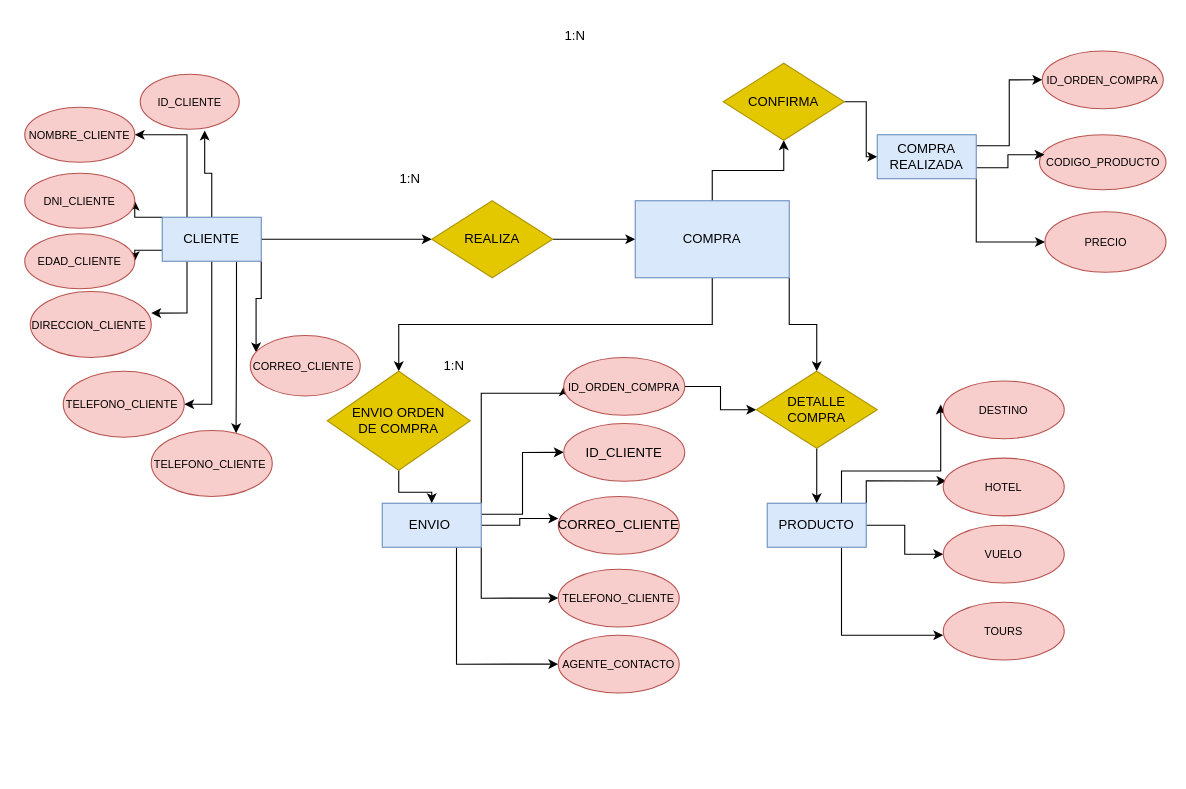
Earlier version of the draw.io diagram Diagrama sin título.drawio (sebascardozo/sqlCoderhouse). Source tidied: cells renumbered, new cells numbered last; positions are measured from the earlier drawing's top-left corner, leaving out a move shared by most shapes. Both pictures are drawn from the tidied source at 110%, with x=0, y=0 at pixel (24, 19).
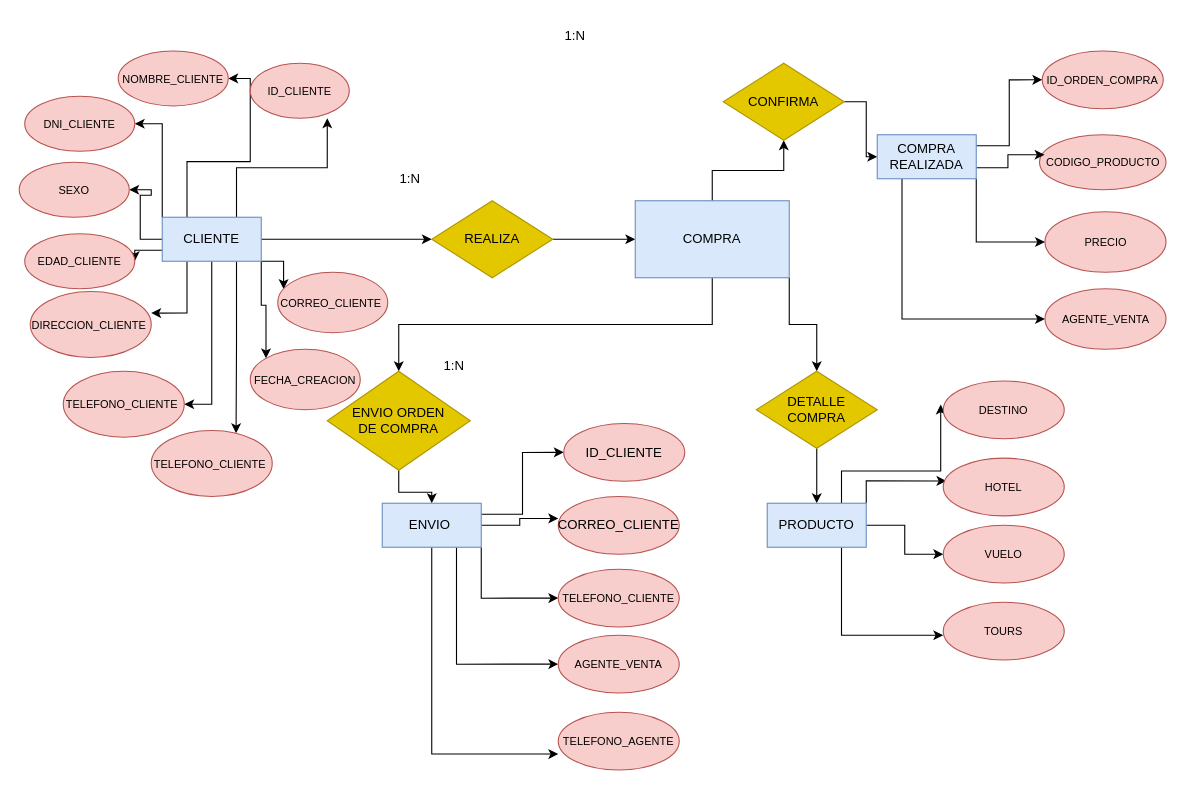
The same page after the edit.

Unchanged cells that the change refers to:
```xml
<mxCell id="11" value="CLIENTE" style="rounded=0;whiteSpace=wrap;html=1;fillColor=#dae8fc;strokeColor=#6c8ebf;" parent="1" vertex="1">
  <mxGeometry x="125" y="180" width="90" height="40" as="geometry" />
</mxCell>
<mxCell id="32" value="COMPRA&lt;br&gt;REALIZADA" style="rounded=0;whiteSpace=wrap;html=1;fillColor=#dae8fc;strokeColor=#6c8ebf;" parent="1" vertex="1">
  <mxGeometry x="775" y="105" width="90" height="40" as="geometry" />
</mxCell>
<mxCell id="40" value="ENVIO&amp;nbsp;" style="rounded=0;whiteSpace=wrap;html=1;fillColor=#dae8fc;strokeColor=#6c8ebf;" parent="1" vertex="1">
  <mxGeometry x="325" y="440" width="90" height="40" as="geometry" />
</mxCell>
<mxCell id="50" value="DETALLE&lt;br&gt;COMPRA" style="rhombus;whiteSpace=wrap;html=1;fillColor=#e3c800;strokeColor=#B09500;fontColor=#000000;" parent="1" vertex="1">
  <mxGeometry x="665" y="320" width="110" height="70" as="geometry" />
</mxCell>
```

Diff of the diagram source:
```diff
@@
-    <mxCell id="4" style="edgeStyle=orthogonalEdgeStyle;rounded=0;jettySize=auto;html=1;exitX=0.5;exitY=0;exitDx=0;exitDy=0;entryX=0.651;entryY=1.023;entryDx=0;entryDy=0;entryPerimeter=0;" parent="1" edge="1" source="11" target="14">
-      <mxGeometry relative="1" as="geometry" />
-    </mxCell>
@@
+    <mxCell id="64" style="edgeStyle=orthogonalEdgeStyle;rounded=0;jettySize=auto;html=1;exitX=1;exitY=1;exitDx=0;exitDy=0;entryX=0;entryY=0;entryDx=0;entryDy=0;" parent="1" edge="1" source="11" target="68">
+      <mxGeometry relative="1" as="geometry" />
+    </mxCell>
+    <mxCell id="4" style="edgeStyle=orthogonalEdgeStyle;rounded=0;jettySize=auto;html=1;exitX=0.75;exitY=0;exitDx=0;exitDy=0;entryX=0.778;entryY=1;entryDx=0;entryDy=0;entryPerimeter=0;" parent="1" edge="1" source="11" target="14">
+      <mxGeometry relative="1" as="geometry" />
+    </mxCell>
+    <mxCell id="65" style="edgeStyle=orthogonalEdgeStyle;rounded=0;jettySize=auto;html=1;exitX=0;exitY=0.5;exitDx=0;exitDy=0;entryX=1;entryY=0.5;entryDx=0;entryDy=0;" parent="1" edge="1" source="11" target="69">
+      <mxGeometry relative="1" as="geometry" />
+    </mxCell>
@@
     <mxCell id="14" value="&lt;font style=&quot;font-size: 10px;&quot;&gt;ID_CLIENTE&lt;/font&gt;" style="ellipse;whiteSpace=wrap;html=1;fillColor=#f8cecc;strokeColor=#b85450;" parent="1" vertex="1">
-      <mxGeometry x="105" y="50" width="90" height="50" as="geometry" />
+      <mxGeometry x="205" y="40" width="90" height="50" as="geometry" />
     </mxCell>
     <mxCell id="15" value="&lt;font style=&quot;font-size: 10px;&quot;&gt;NOMBRE_CLIENTE&lt;/font&gt;" style="ellipse;whiteSpace=wrap;html=1;fillColor=#f8cecc;strokeColor=#b85450;" parent="1" vertex="1">
-      <mxGeometry y="80" width="100" height="50" as="geometry" />
+      <mxGeometry x="85" y="28.8" width="100" height="50" as="geometry" />
     </mxCell>
@@
     <mxCell id="17" value="&lt;font style=&quot;font-size: 10px;&quot;&gt;CORREO_CLIENTE&amp;nbsp;&lt;/font&gt;" style="ellipse;whiteSpace=wrap;html=1;fillColor=#f8cecc;strokeColor=#b85450;" parent="1" vertex="1">
-      <mxGeometry x="205" y="287.5" width="100" height="55" as="geometry" />
+      <mxGeometry x="230" y="230" width="100" height="55" as="geometry" />
     </mxCell>
@@
+    <mxCell id="66" style="edgeStyle=orthogonalEdgeStyle;rounded=0;jettySize=auto;html=1;exitX=0.25;exitY=1;exitDx=0;exitDy=0;entryX=0;entryY=0.5;entryDx=0;entryDy=0;" parent="1" edge="1" source="32" target="70">
+      <mxGeometry relative="1" as="geometry" />
+    </mxCell>
@@
-    <mxCell id="35" style="edgeStyle=orthogonalEdgeStyle;rounded=0;jettySize=auto;html=1;exitX=1;exitY=0;exitDx=0;exitDy=0;entryX=0;entryY=0.5;entryDx=0;entryDy=0;" parent="1" edge="1" source="40" target="42">
-      <mxGeometry relative="1" as="geometry">
-        <Array as="points">
-          <mxPoint x="545" y="340" />
-          <mxPoint x="605" y="340" />
-        </Array>
-      </mxGeometry>
-    </mxCell>
@@
+    <mxCell id="67" style="edgeStyle=orthogonalEdgeStyle;rounded=0;jettySize=auto;html=1;exitX=0.5;exitY=1;exitDx=0;exitDy=0;entryX=0;entryY=0.724;entryDx=0;entryDy=0;entryPerimeter=0;" parent="1" edge="1" source="40" target="71">
+      <mxGeometry relative="1" as="geometry" />
+    </mxCell>
@@
-    <mxCell id="41" style="edgeStyle=orthogonalEdgeStyle;rounded=0;jettySize=auto;html=1;" parent="1" edge="1" source="42" target="50">
-      <mxGeometry relative="1" as="geometry" />
-    </mxCell>
-    <mxCell id="42" value="&lt;font style=&quot;font-size: 10px;&quot;&gt;ID_ORDEN_COMPRA&lt;/font&gt;" style="ellipse;whiteSpace=wrap;html=1;fillColor=#f8cecc;strokeColor=#b85450;" parent="1" vertex="1">
-      <mxGeometry x="490" y="307.5" width="110" height="52.5" as="geometry" />
-    </mxCell>
@@
-    <mxCell id="46" value="&lt;font style=&quot;font-size: 10px;&quot;&gt;AGENTE_CONTACTO&lt;/font&gt;" style="ellipse;whiteSpace=wrap;html=1;fillColor=#f8cecc;strokeColor=#b85450;" parent="1" vertex="1">
+    <mxCell id="46" value="&lt;font style=&quot;font-size: 10px;&quot;&gt;AGENTE_VENTA&lt;/font&gt;" style="ellipse;whiteSpace=wrap;html=1;fillColor=#f8cecc;strokeColor=#b85450;" parent="1" vertex="1">
       <mxGeometry x="485" y="560" width="110" height="52.5" as="geometry" />
     </mxCell>
@@
     <mxCell id="61" value="&lt;font style=&quot;font-size: 10px;&quot;&gt;DNI_CLIENTE&lt;/font&gt;" style="ellipse;whiteSpace=wrap;html=1;fillColor=#f8cecc;strokeColor=#b85450;" parent="1" vertex="1">
-      <mxGeometry y="140" width="100" height="50" as="geometry" />
+      <mxGeometry y="70" width="100" height="50" as="geometry" />
     </mxCell>
@@
+    <mxCell id="68" value="&lt;font style=&quot;font-size: 10px;&quot;&gt;FECHA_CREACION&lt;/font&gt;" style="ellipse;whiteSpace=wrap;html=1;fillColor=#f8cecc;strokeColor=#b85450;" parent="1" vertex="1">
+      <mxGeometry x="205" y="300" width="100" height="55" as="geometry" />
+    </mxCell>
+    <mxCell id="69" value="&lt;font style=&quot;font-size: 10px;&quot;&gt;SEXO&lt;/font&gt;" style="ellipse;whiteSpace=wrap;html=1;fillColor=#f8cecc;strokeColor=#b85450;" parent="1" vertex="1">
+      <mxGeometry x="-5" y="130" width="100" height="50" as="geometry" />
+    </mxCell>
+    <mxCell id="70" value="&lt;font style=&quot;font-size: 10px;&quot;&gt;AGENTE_VENTA&lt;/font&gt;" style="ellipse;whiteSpace=wrap;html=1;fillColor=#f8cecc;strokeColor=#b85450;" parent="1" vertex="1">
+      <mxGeometry x="927.5" y="245" width="110" height="55" as="geometry" />
+    </mxCell>
+    <mxCell id="71" value="&lt;font style=&quot;font-size: 10px;&quot;&gt;TELEFONO_AGENTE&lt;/font&gt;" style="ellipse;whiteSpace=wrap;html=1;fillColor=#f8cecc;strokeColor=#b85450;" parent="1" vertex="1">
+      <mxGeometry x="485" y="630" width="110" height="52.5" as="geometry" />
+    </mxCell>
```
